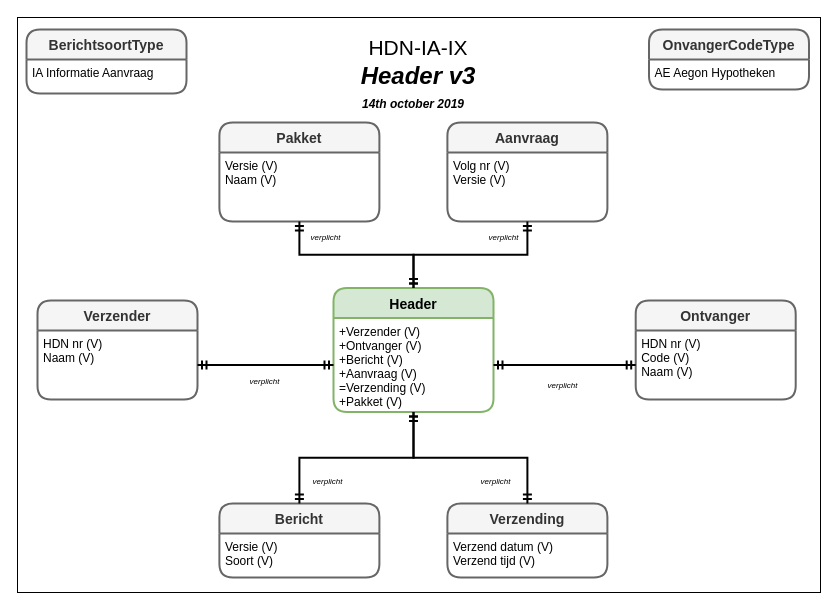
Above: page "i-Header" (13 of 21) of 3rdPartyDatasharing-HDN-IA-IX.drawio in luchthandel/diagrams (draw.io), before the change. Source tidied: cells renumbered, new cells numbered last; positions are measured from the earlier drawing's top-left corner, leaving out a move shared by most shapes. Both pictures are drawn from the tidied source at 100%, with x=0, y=0 at pixel (17, 17).
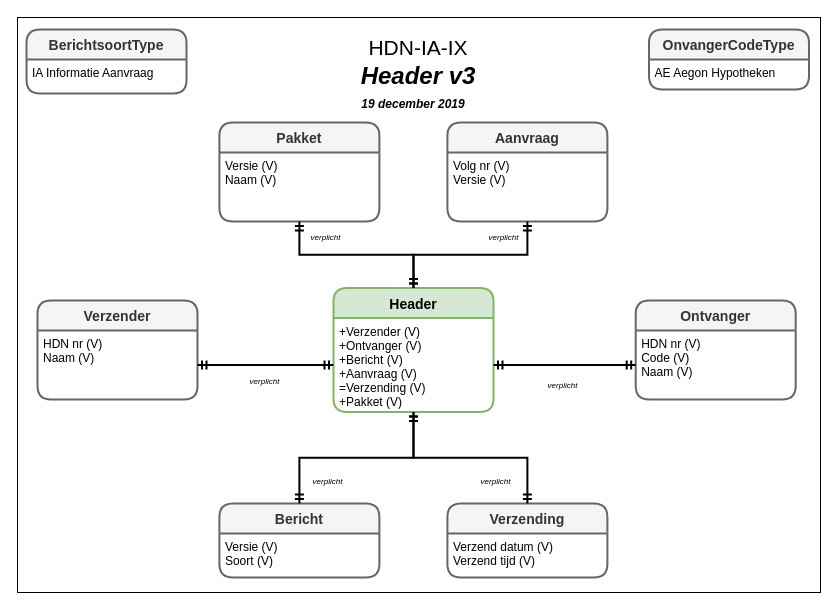
The same page after the edit.

Unchanged cells that the change refers to:
```xml
<mxCell id="13" style="group;" parent="1" vertex="1">
  <mxGeometry x="251.5" y="17.5" width="298" height="78.5" as="geometry" />
</mxCell>
```

What changed in the source:
```diff
@@
-    <mxCell id="15" value="&lt;font&gt;&lt;b&gt;&lt;i&gt;14th october 2019&lt;/i&gt;&lt;/b&gt;&lt;br&gt;&lt;/font&gt;" style="text;html=1;strokeColor=none;fillColor=none;align=center;verticalAlign=middle;whiteSpace=wrap;rounded=0;" parent="13" vertex="1">
+    <mxCell id="15" value="&lt;font&gt;&lt;b&gt;&lt;i&gt;19 december 2019&lt;/i&gt;&lt;/b&gt;&lt;br&gt;&lt;/font&gt;" style="text;html=1;strokeColor=none;fillColor=none;align=center;verticalAlign=middle;whiteSpace=wrap;rounded=0;" parent="13" vertex="1">
       <mxGeometry x="74" y="59.5" width="140" height="19" as="geometry" />
     </mxCell>
```
